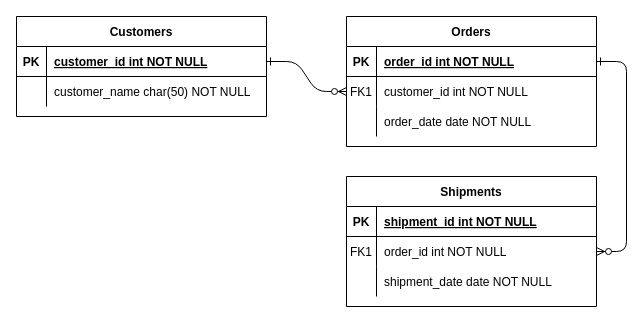
Earlier version of the draw.io diagram Untitled Diagram.drawio (hsssaulo/draw.io-database). Source tidied: cells renumbered, new cells numbered last; positions are measured from the earlier drawing's top-left corner, leaving out a move shared by most shapes. Both pictures are drawn from the tidied source at 100%, with x=0, y=0 at pixel (16, 16).
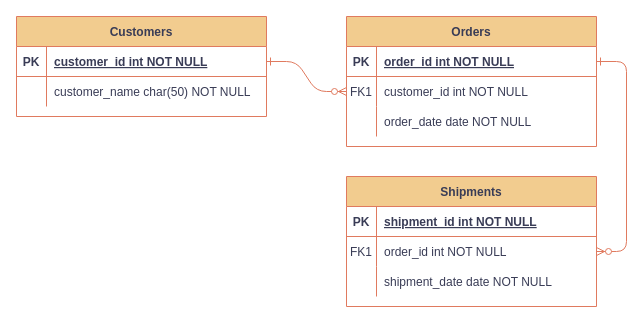
The same diagram, later.

Diff of the diagram source:
```diff
@@
-    <mxCell id="2" style="edgeStyle=entityRelationEdgeStyle;endArrow=ERzeroToMany;startArrow=ERone;endFill=1;startFill=0;" parent="1" edge="1" source="25" target="8">
+    <mxCell id="2" style="edgeStyle=entityRelationEdgeStyle;endArrow=ERzeroToMany;startArrow=ERone;endFill=1;startFill=0;labelBackgroundColor=none;strokeColor=#E07A5F;fontColor=default;" parent="1" edge="1" source="25" target="8">
       <mxGeometry relative="1" as="geometry" />
     </mxCell>
-    <mxCell id="3" style="edgeStyle=entityRelationEdgeStyle;endArrow=ERzeroToMany;startArrow=ERone;endFill=1;startFill=0;" parent="1" edge="1" source="5" target="18">
+    <mxCell id="3" style="edgeStyle=entityRelationEdgeStyle;endArrow=ERzeroToMany;startArrow=ERone;endFill=1;startFill=0;labelBackgroundColor=none;strokeColor=#E07A5F;fontColor=default;" parent="1" edge="1" source="5" target="18">
       <mxGeometry relative="1" as="geometry" />
     </mxCell>
-    <mxCell id="4" value="Orders" style="shape=table;startSize=30;childLayout=tableLayout;rowLines=0;fontStyle=1;align=center;" parent="1" vertex="1">
+    <mxCell id="4" value="Orders" style="shape=table;startSize=30;childLayout=tableLayout;rowLines=0;fontStyle=1;align=center;labelBackgroundColor=none;fillColor=#F2CC8F;strokeColor=#E07A5F;fontColor=#393C56;" parent="1" vertex="1">
       <mxGeometry x="330" width="250" height="130" as="geometry" />
     </mxCell>
-    <mxCell id="5" style="shape=partialRectangle;fillColor=none;points=[[0,0.5],[1,0.5]];portConstraint=eastwest;top=0;left=0;right=0;bottom=1;" parent="4" vertex="1">
+    <mxCell id="5" style="shape=partialRectangle;fillColor=none;points=[[0,0.5],[1,0.5]];portConstraint=eastwest;top=0;left=0;right=0;bottom=1;labelBackgroundColor=none;strokeColor=#E07A5F;fontColor=#393C56;" parent="4" vertex="1">
       <mxGeometry y="30" width="250" height="30" as="geometry" />
     </mxCell>
-    <mxCell id="6" value="PK" style="shape=partialRectangle;overflow=hidden;fillColor=none;top=0;left=0;bottom=0;right=0;fontStyle=1;" parent="5" vertex="1">
+    <mxCell id="6" value="PK" style="shape=partialRectangle;overflow=hidden;fillColor=none;top=0;left=0;bottom=0;right=0;fontStyle=1;labelBackgroundColor=none;strokeColor=#E07A5F;fontColor=#393C56;" parent="5" vertex="1">
       <mxGeometry width="30" height="30" as="geometry" />
     </mxCell>
-    <mxCell id="7" value="order_id int NOT NULL " style="shape=partialRectangle;overflow=hidden;fillColor=none;top=0;left=0;bottom=0;right=0;align=left;spacingLeft=6;fontStyle=5;" parent="5" vertex="1">
+    <mxCell id="7" value="order_id int NOT NULL " style="shape=partialRectangle;overflow=hidden;fillColor=none;top=0;left=0;bottom=0;right=0;align=left;spacingLeft=6;fontStyle=5;labelBackgroundColor=none;strokeColor=#E07A5F;fontColor=#393C56;" parent="5" vertex="1">
       <mxGeometry x="30" width="220" height="30" as="geometry" />
     </mxCell>
-    <mxCell id="8" style="shape=partialRectangle;fillColor=none;points=[[0,0.5],[1,0.5]];portConstraint=eastwest;top=0;left=0;right=0;bottom=0;" parent="4" vertex="1">
+    <mxCell id="8" style="shape=partialRectangle;fillColor=none;points=[[0,0.5],[1,0.5]];portConstraint=eastwest;top=0;left=0;right=0;bottom=0;labelBackgroundColor=none;strokeColor=#E07A5F;fontColor=#393C56;" parent="4" vertex="1">
       <mxGeometry y="60" width="250" height="30" as="geometry" />
     </mxCell>
-    <mxCell id="9" value="FK1" style="shape=partialRectangle;overflow=hidden;fillColor=none;top=0;left=0;bottom=0;right=0;" parent="8" vertex="1">
+    <mxCell id="9" value="FK1" style="shape=partialRectangle;overflow=hidden;fillColor=none;top=0;left=0;bottom=0;right=0;labelBackgroundColor=none;strokeColor=#E07A5F;fontColor=#393C56;" parent="8" vertex="1">
       <mxGeometry width="30" height="30" as="geometry" />
     </mxCell>
-    <mxCell id="10" value="customer_id int NOT NULL" style="shape=partialRectangle;overflow=hidden;fillColor=none;top=0;left=0;bottom=0;right=0;align=left;spacingLeft=6;" parent="8" vertex="1">
+    <mxCell id="10" value="customer_id int NOT NULL" style="shape=partialRectangle;overflow=hidden;fillColor=none;top=0;left=0;bottom=0;right=0;align=left;spacingLeft=6;labelBackgroundColor=none;strokeColor=#E07A5F;fontColor=#393C56;" parent="8" vertex="1">
       <mxGeometry x="30" width="220" height="30" as="geometry" />
     </mxCell>
-    <mxCell id="11" style="shape=partialRectangle;fillColor=none;top=0;left=0;right=0;bottom=0;" parent="4" vertex="1">
+    <mxCell id="11" style="shape=partialRectangle;fillColor=none;top=0;left=0;right=0;bottom=0;labelBackgroundColor=none;strokeColor=#E07A5F;fontColor=#393C56;" parent="4" vertex="1">
       <mxGeometry y="90" width="250" height="30" as="geometry" />
     </mxCell>
-    <mxCell id="12" style="shape=partialRectangle;overflow=hidden;fillColor=none;top=0;left=0;bottom=0;right=0;" parent="11" vertex="1">
+    <mxCell id="12" style="shape=partialRectangle;overflow=hidden;fillColor=none;top=0;left=0;bottom=0;right=0;labelBackgroundColor=none;strokeColor=#E07A5F;fontColor=#393C56;" parent="11" vertex="1">
       <mxGeometry width="30" height="30" as="geometry" />
     </mxCell>
-    <mxCell id="13" value="order_date date NOT NULL" style="shape=partialRectangle;overflow=hidden;fillColor=none;top=0;left=0;bottom=0;right=0;align=left;spacingLeft=6;" parent="11" vertex="1">
+    <mxCell id="13" value="order_date date NOT NULL" style="shape=partialRectangle;overflow=hidden;fillColor=none;top=0;left=0;bottom=0;right=0;align=left;spacingLeft=6;labelBackgroundColor=none;strokeColor=#E07A5F;fontColor=#393C56;" parent="11" vertex="1">
       <mxGeometry x="30" width="220" height="30" as="geometry" />
     </mxCell>
-    <mxCell id="14" value="Shipments" style="shape=table;startSize=30;childLayout=tableLayout;rowLines=0;fontStyle=1;align=center;" parent="1" vertex="1">
+    <mxCell id="14" value="Shipments" style="shape=table;startSize=30;childLayout=tableLayout;rowLines=0;fontStyle=1;align=center;labelBackgroundColor=none;fillColor=#F2CC8F;strokeColor=#E07A5F;fontColor=#393C56;" parent="1" vertex="1">
       <mxGeometry x="330" y="160" width="250" height="130" as="geometry" />
     </mxCell>
-    <mxCell id="15" style="shape=partialRectangle;fillColor=none;top=0;left=0;right=0;bottom=1;" parent="14" vertex="1">
+    <mxCell id="15" style="shape=partialRectangle;fillColor=none;top=0;left=0;right=0;bottom=1;labelBackgroundColor=none;strokeColor=#E07A5F;fontColor=#393C56;" parent="14" vertex="1">
       <mxGeometry y="30" width="250" height="30" as="geometry" />
     </mxCell>
-    <mxCell id="16" value="PK" style="shape=partialRectangle;overflow=hidden;fillColor=none;top=0;left=0;bottom=0;right=0;fontStyle=1;" parent="15" vertex="1">
+    <mxCell id="16" value="PK" style="shape=partialRectangle;overflow=hidden;fillColor=none;top=0;left=0;bottom=0;right=0;fontStyle=1;labelBackgroundColor=none;strokeColor=#E07A5F;fontColor=#393C56;" parent="15" vertex="1">
       <mxGeometry width="30" height="30" as="geometry" />
     </mxCell>
-    <mxCell id="17" value="shipment_id int NOT NULL " style="shape=partialRectangle;overflow=hidden;fillColor=none;top=0;left=0;bottom=0;right=0;align=left;spacingLeft=6;fontStyle=5;" parent="15" vertex="1">
+    <mxCell id="17" value="shipment_id int NOT NULL " style="shape=partialRectangle;overflow=hidden;fillColor=none;top=0;left=0;bottom=0;right=0;align=left;spacingLeft=6;fontStyle=5;labelBackgroundColor=none;strokeColor=#E07A5F;fontColor=#393C56;" parent="15" vertex="1">
       <mxGeometry x="30" width="220" height="30" as="geometry" />
     </mxCell>
-    <mxCell id="18" style="shape=partialRectangle;fillColor=none;points=[[0,0.5],[1,0.5]];portConstraint=eastwest;top=0;left=0;right=0;bottom=0;" parent="14" vertex="1">
+    <mxCell id="18" style="shape=partialRectangle;fillColor=none;points=[[0,0.5],[1,0.5]];portConstraint=eastwest;top=0;left=0;right=0;bottom=0;labelBackgroundColor=none;strokeColor=#E07A5F;fontColor=#393C56;" parent="14" vertex="1">
       <mxGeometry y="60" width="250" height="30" as="geometry" />
     </mxCell>
-    <mxCell id="19" value="FK1" style="shape=partialRectangle;overflow=hidden;fillColor=none;top=0;left=0;bottom=0;right=0;" parent="18" vertex="1">
+    <mxCell id="19" value="FK1" style="shape=partialRectangle;overflow=hidden;fillColor=none;top=0;left=0;bottom=0;right=0;labelBackgroundColor=none;strokeColor=#E07A5F;fontColor=#393C56;" parent="18" vertex="1">
       <mxGeometry width="30" height="30" as="geometry" />
     </mxCell>
-    <mxCell id="20" value="order_id int NOT NULL" style="shape=partialRectangle;overflow=hidden;fillColor=none;top=0;left=0;bottom=0;right=0;align=left;spacingLeft=6;" parent="18" vertex="1">
+    <mxCell id="20" value="order_id int NOT NULL" style="shape=partialRectangle;overflow=hidden;fillColor=none;top=0;left=0;bottom=0;right=0;align=left;spacingLeft=6;labelBackgroundColor=none;strokeColor=#E07A5F;fontColor=#393C56;" parent="18" vertex="1">
       <mxGeometry x="30" width="220" height="30" as="geometry" />
     </mxCell>
-    <mxCell id="21" style="shape=partialRectangle;fillColor=none;top=0;left=0;right=0;bottom=0;" parent="14" vertex="1">
+    <mxCell id="21" style="shape=partialRectangle;fillColor=none;top=0;left=0;right=0;bottom=0;labelBackgroundColor=none;strokeColor=#E07A5F;fontColor=#393C56;" parent="14" vertex="1">
       <mxGeometry y="90" width="250" height="30" as="geometry" />
     </mxCell>
-    <mxCell id="22" style="shape=partialRectangle;overflow=hidden;fillColor=none;top=0;left=0;bottom=0;right=0;" parent="21" vertex="1">
+    <mxCell id="22" style="shape=partialRectangle;overflow=hidden;fillColor=none;top=0;left=0;bottom=0;right=0;labelBackgroundColor=none;strokeColor=#E07A5F;fontColor=#393C56;" parent="21" vertex="1">
       <mxGeometry width="30" height="30" as="geometry" />
     </mxCell>
-    <mxCell id="23" value="shipment_date date NOT NULL" style="shape=partialRectangle;overflow=hidden;fillColor=none;top=0;left=0;bottom=0;right=0;align=left;spacingLeft=6;" parent="21" vertex="1">
+    <mxCell id="23" value="shipment_date date NOT NULL" style="shape=partialRectangle;overflow=hidden;fillColor=none;top=0;left=0;bottom=0;right=0;align=left;spacingLeft=6;labelBackgroundColor=none;strokeColor=#E07A5F;fontColor=#393C56;" parent="21" vertex="1">
       <mxGeometry x="30" width="220" height="30" as="geometry" />
     </mxCell>
-    <mxCell id="24" value="Customers" style="shape=table;startSize=30;childLayout=tableLayout;rowLines=0;fontStyle=1;align=center;" parent="1" vertex="1">
+    <mxCell id="24" value="Customers" style="shape=table;startSize=30;childLayout=tableLayout;rowLines=0;fontStyle=1;align=center;labelBackgroundColor=none;fillColor=#F2CC8F;strokeColor=#E07A5F;fontColor=#393C56;" parent="1" vertex="1">
       <mxGeometry width="250" height="100" as="geometry" />
     </mxCell>
-    <mxCell id="25" style="shape=partialRectangle;fillColor=none;points=[[0,0.5],[1,0.5]];portConstraint=eastwest;top=0;left=0;right=0;bottom=1;" parent="24" vertex="1">
+    <mxCell id="25" style="shape=partialRectangle;fillColor=none;points=[[0,0.5],[1,0.5]];portConstraint=eastwest;top=0;left=0;right=0;bottom=1;labelBackgroundColor=none;strokeColor=#E07A5F;fontColor=#393C56;" parent="24" vertex="1">
       <mxGeometry y="30" width="250" height="30" as="geometry" />
     </mxCell>
-    <mxCell id="26" value="PK" style="shape=partialRectangle;overflow=hidden;fillColor=none;top=0;left=0;bottom=0;right=0;fontStyle=1;" parent="25" vertex="1">
+    <mxCell id="26" value="PK" style="shape=partialRectangle;overflow=hidden;fillColor=none;top=0;left=0;bottom=0;right=0;fontStyle=1;labelBackgroundColor=none;strokeColor=#E07A5F;fontColor=#393C56;" parent="25" vertex="1">
       <mxGeometry width="30" height="30" as="geometry" />
     </mxCell>
-    <mxCell id="27" value="customer_id int NOT NULL " style="shape=partialRectangle;overflow=hidden;fillColor=none;top=0;left=0;bottom=0;right=0;align=left;spacingLeft=6;fontStyle=5;" parent="25" vertex="1">
+    <mxCell id="27" value="customer_id int NOT NULL " style="shape=partialRectangle;overflow=hidden;fillColor=none;top=0;left=0;bottom=0;right=0;align=left;spacingLeft=6;fontStyle=5;labelBackgroundColor=none;strokeColor=#E07A5F;fontColor=#393C56;" parent="25" vertex="1">
       <mxGeometry x="30" width="220" height="30" as="geometry" />
     </mxCell>
-    <mxCell id="28" style="shape=partialRectangle;fillColor=none;top=0;left=0;right=0;bottom=0;" parent="24" vertex="1">
+    <mxCell id="28" style="shape=partialRectangle;fillColor=none;top=0;left=0;right=0;bottom=0;labelBackgroundColor=none;strokeColor=#E07A5F;fontColor=#393C56;" parent="24" vertex="1">
       <mxGeometry y="60" width="250" height="30" as="geometry" />
     </mxCell>
-    <mxCell id="29" style="shape=partialRectangle;overflow=hidden;fillColor=none;top=0;left=0;bottom=0;right=0;" parent="28" vertex="1">
+    <mxCell id="29" style="shape=partialRectangle;overflow=hidden;fillColor=none;top=0;left=0;bottom=0;right=0;labelBackgroundColor=none;strokeColor=#E07A5F;fontColor=#393C56;" parent="28" vertex="1">
       <mxGeometry width="30" height="30" as="geometry" />
     </mxCell>
-    <mxCell id="30" value="customer_name char(50) NOT NULL" style="shape=partialRectangle;overflow=hidden;fillColor=none;top=0;left=0;bottom=0;right=0;align=left;spacingLeft=6;" parent="28" vertex="1">
+    <mxCell id="30" value="customer_name char(50) NOT NULL" style="shape=partialRectangle;overflow=hidden;fillColor=none;top=0;left=0;bottom=0;right=0;align=left;spacingLeft=6;labelBackgroundColor=none;strokeColor=#E07A5F;fontColor=#393C56;" parent="28" vertex="1">
       <mxGeometry x="30" width="220" height="30" as="geometry" />
     </mxCell>
```
